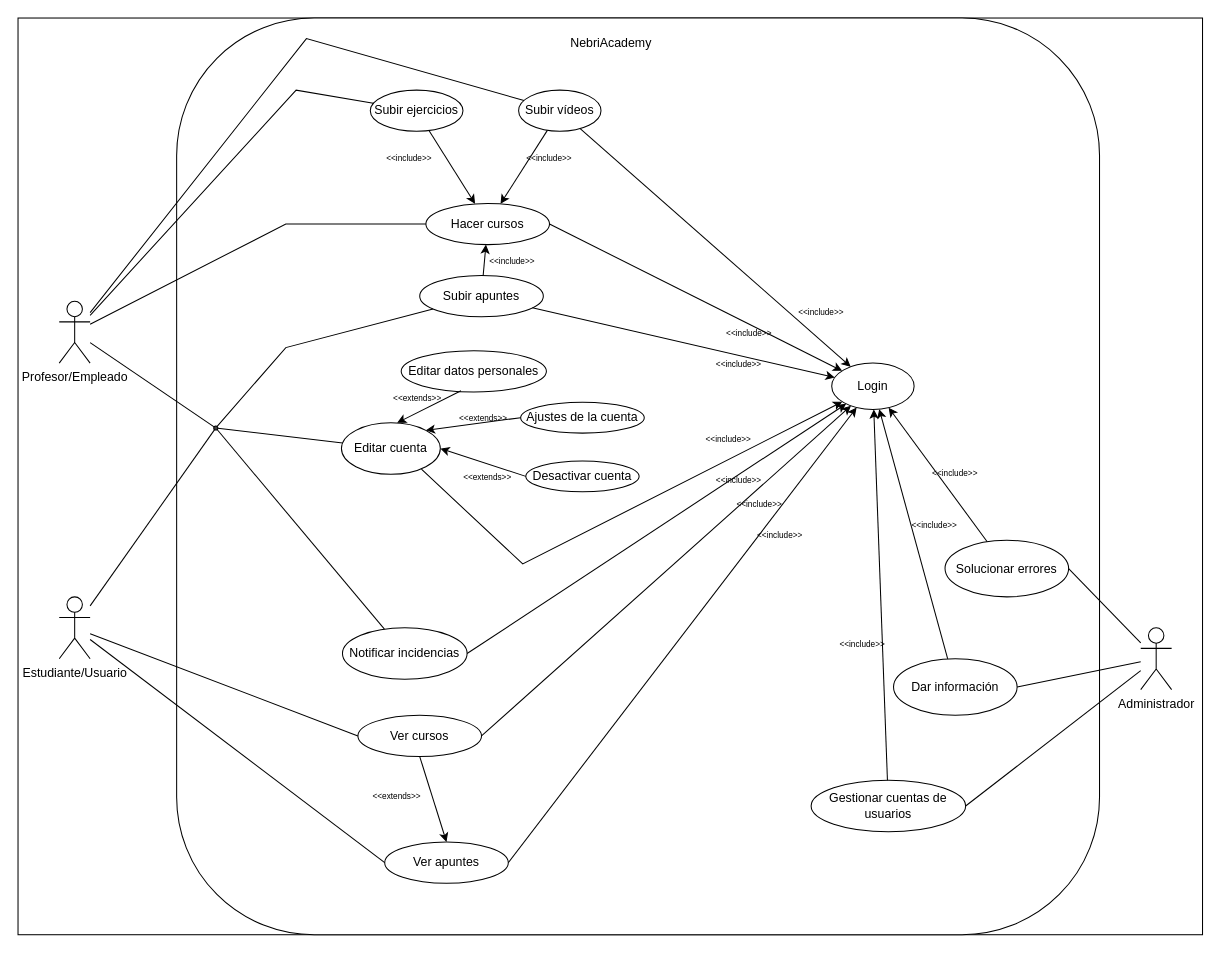
Before: Documents/Modulado_de_datos/DiagramaCasosDeUsosNebriAcademy.drawio in Nicolas-1400/NebriAcademy2, a draw.io diagram. Source tidied: cells renumbered, new cells numbered last; positions are measured from the earlier drawing's top-left corner, leaving out a move shared by most shapes. Both pictures are drawn from the tidied source at 103%, with x=0, y=0 at pixel (18, 18).
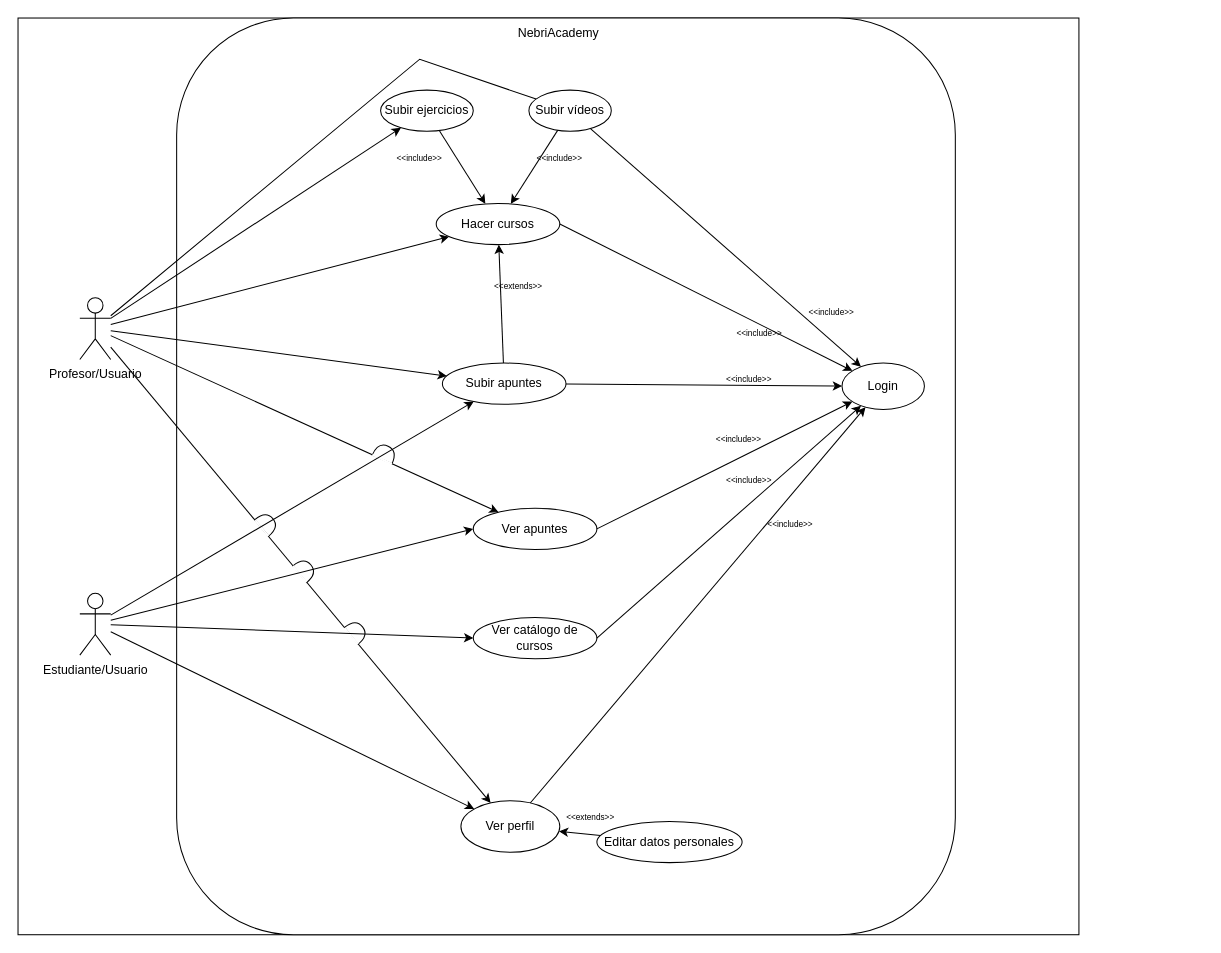
Above is the later version.

What changed in the source:
```diff
@@
     <mxCell id="2" style="rounded=0;whiteSpace=wrap;html=1;" parent="1" vertex="1">
-      <mxGeometry width="1150" height="890" as="geometry" />
+      <mxGeometry width="1030" height="890" as="geometry" />
     </mxCell>
     <mxCell id="3" style="rounded=1;whiteSpace=wrap;html=1;" parent="1" vertex="1">
-      <mxGeometry x="154" width="896" height="890" as="geometry" />
+      <mxGeometry x="154" width="756" height="890" as="geometry" />
     </mxCell>
     <mxCell id="4" value="Estudiante/Usuario" style="shape=umlActor;verticalLabelPosition=bottom;verticalAlign=top;html=1;outlineConnect=0;" parent="1" vertex="1">
-      <mxGeometry x="40" y="562" width="30" height="60" as="geometry" />
+      <mxGeometry x="60" y="558.5" width="30" height="60" as="geometry" />
     </mxCell>
-    <mxCell id="5" value="Profesor/Empleado" style="shape=umlActor;verticalLabelPosition=bottom;verticalAlign=top;html=1;outlineConnect=0;" parent="1" vertex="1">
-      <mxGeometry x="40" y="275" width="30" height="60" as="geometry" />
+    <mxCell id="5" value="Profesor/Usuario" style="shape=umlActor;verticalLabelPosition=bottom;verticalAlign=top;html=1;outlineConnect=0;" parent="1" vertex="1">
+      <mxGeometry x="60" y="271.5" width="30" height="60" as="geometry" />
     </mxCell>
-    <mxCell id="6" value="Administrador" style="shape=umlActor;verticalLabelPosition=bottom;verticalAlign=top;html=1;outlineConnect=0;" parent="1" vertex="1">
-      <mxGeometry x="1090" y="592" width="30" height="60" as="geometry" />
-    </mxCell>
-    <mxCell id="7" value="Ver cursos" style="ellipse;whiteSpace=wrap;html=1;" parent="1" vertex="1">
-      <mxGeometry x="330" y="677" width="120" height="40" as="geometry" />
+    <mxCell id="7" value="Ver catálogo de cursos" style="ellipse;whiteSpace=wrap;html=1;" parent="1" vertex="1">
+      <mxGeometry x="442" y="582" width="120" height="40" as="geometry" />
     </mxCell>
     <mxCell id="8" value="Subir apuntes" style="ellipse;whiteSpace=wrap;html=1;" parent="1" vertex="1">
-      <mxGeometry x="390" y="250" width="120" height="40" as="geometry" />
+      <mxGeometry x="412" y="335" width="120" height="40" as="geometry" />
     </mxCell>
     <mxCell id="9" value="Ver apuntes" style="ellipse;whiteSpace=wrap;html=1;" parent="1" vertex="1">
-      <mxGeometry x="356" y="800" width="120" height="40" as="geometry" />
+      <mxGeometry x="442" y="476" width="120" height="40" as="geometry" />
     </mxCell>
     <mxCell id="10" value="Hacer cursos" style="ellipse;whiteSpace=wrap;html=1;" parent="1" vertex="1">
-      <mxGeometry x="396" y="180" width="120" height="40" as="geometry" />
+      <mxGeometry x="406" y="180" width="120" height="40" as="geometry" />
     </mxCell>
     <mxCell id="11" value="NebriAcademy" style="text;html=1;whiteSpace=wrap;strokeColor=none;fillColor=none;align=center;verticalAlign=middle;rounded=0;" parent="1" vertex="1">
-      <mxGeometry x="546" y="10" width="60" height="30" as="geometry" />
+      <mxGeometry x="495" width="60" height="30" as="geometry" />
     </mxCell>
-    <mxCell id="12" style="endArrow=none;html=1;rounded=0;entryX=0;entryY=0.5;entryDx=0;entryDy=0;endFill=0;" parent="1" edge="1" source="4" target="7">
-      <mxGeometry relative="1" as="geometry" />
-    </mxCell>
-    <mxCell id="13" style="endArrow=none;html=1;rounded=0;entryX=0;entryY=0.5;entryDx=0;entryDy=0;endFill=0;" parent="1" edge="1" source="4" target="9">
-      <mxGeometry relative="1" as="geometry" />
-    </mxCell>
     <mxCell id="14" value="Subir ejercicios" style="ellipse;whiteSpace=wrap;html=1;" parent="1" vertex="1">
-      <mxGeometry x="342" y="70" width="90" height="40" as="geometry" />
+      <mxGeometry x="352" y="70" width="90" height="40" as="geometry" />
     </mxCell>
     <mxCell id="15" value="Subir vídeos" style="ellipse;whiteSpace=wrap;html=1;" parent="1" vertex="1">
-      <mxGeometry x="486" y="70" width="80" height="40" as="geometry" />
+      <mxGeometry x="496" y="70" width="80" height="40" as="geometry" />
     </mxCell>
@@
-    <mxCell id="17" value="&lt;font style=&quot;font-size: 8px;&quot;&gt;&amp;lt;&amp;lt;include&amp;gt;&amp;gt;&lt;/font&gt;" style="text;html=1;whiteSpace=wrap;strokeColor=none;fillColor=none;align=center;verticalAlign=middle;rounded=0;" parent="1" vertex="1">
-      <mxGeometry x="450" y="220" width="60" height="30" as="geometry" />
+    <mxCell id="17" value="&lt;font style=&quot;font-size: 8px;&quot;&gt;&amp;lt;&amp;lt;extends&amp;gt;&amp;gt;&lt;/font&gt;" style="text;html=1;whiteSpace=wrap;strokeColor=none;fillColor=none;align=center;verticalAlign=middle;rounded=0;" parent="1" vertex="1">
+      <mxGeometry x="456" y="245" width="60" height="30" as="geometry" />
     </mxCell>
@@
     <mxCell id="19" value="&lt;font style=&quot;font-size: 8px;&quot;&gt;&amp;lt;&amp;lt;include&amp;gt;&amp;gt;&lt;/font&gt;" style="text;html=1;whiteSpace=wrap;strokeColor=none;fillColor=none;align=center;verticalAlign=middle;rounded=0;" parent="1" vertex="1">
-      <mxGeometry x="350" y="120" width="60" height="30" as="geometry" />
+      <mxGeometry x="360" y="120" width="60" height="30" as="geometry" />
     </mxCell>
@@
     <mxCell id="21" value="&lt;font style=&quot;font-size: 8px;&quot;&gt;&amp;lt;&amp;lt;include&amp;gt;&amp;gt;&lt;/font&gt;" style="text;html=1;whiteSpace=wrap;strokeColor=none;fillColor=none;align=center;verticalAlign=middle;rounded=0;" parent="1" vertex="1">
-      <mxGeometry x="486" y="120" width="60" height="30" as="geometry" />
+      <mxGeometry x="496" y="120" width="60" height="30" as="geometry" />
     </mxCell>
     <mxCell id="22" value="Login" style="ellipse;whiteSpace=wrap;html=1;" parent="1" vertex="1">
-      <mxGeometry x="790" y="335" width="80" height="45" as="geometry" />
+      <mxGeometry x="800" y="335" width="80" height="45" as="geometry" />
     </mxCell>
-    <mxCell id="23" style="endArrow=none;html=1;rounded=0;entryX=0;entryY=0.5;entryDx=0;entryDy=0;endFill=0;" parent="1" edge="1" source="5" target="10">
-      <mxGeometry relative="1" as="geometry">
-        <Array as="points">
-          <mxPoint x="260" y="200" />
-        </Array>
-      </mxGeometry>
-    </mxCell>
@@
-    <mxCell id="29" style="endArrow=classic;html=1;rounded=0;exitX=0.5;exitY=1;exitDx=0;exitDy=0;entryX=0.5;entryY=0;entryDx=0;entryDy=0;" parent="1" edge="1" source="7" target="9">
-      <mxGeometry relative="1" as="geometry" />
-    </mxCell>
-    <mxCell id="30" value="&lt;font style=&quot;font-size: 8px;&quot;&gt;&amp;lt;&amp;lt;extends&amp;gt;&amp;gt;&lt;/font&gt;" style="text;html=1;whiteSpace=wrap;strokeColor=none;fillColor=none;align=center;verticalAlign=middle;rounded=0;" parent="1" vertex="1">
-      <mxGeometry x="338" y="740" width="60" height="30" as="geometry" />
-    </mxCell>
-    <mxCell id="31" value="Notificar incidencias" style="ellipse;whiteSpace=wrap;html=1;" parent="1" vertex="1">
-      <mxGeometry x="315" y="592" width="121" height="50" as="geometry" />
-    </mxCell>
-    <mxCell id="32" value="Solucionar errores" style="ellipse;whiteSpace=wrap;html=1;" parent="1" vertex="1">
-      <mxGeometry x="900" y="507" width="120" height="55" as="geometry" />
-    </mxCell>
-    <mxCell id="33" value="Dar información" style="ellipse;whiteSpace=wrap;html=1;" parent="1" vertex="1">
-      <mxGeometry x="850" y="622" width="120" height="55" as="geometry" />
-    </mxCell>
-    <mxCell id="34" style="endArrow=none;html=1;rounded=0;exitX=1;exitY=0.5;exitDx=0;exitDy=0;" parent="1" edge="1" source="32" target="6">
-      <mxGeometry relative="1" as="geometry" />
-    </mxCell>
-    <mxCell id="35" style="endArrow=none;html=1;rounded=0;exitX=1;exitY=0.5;exitDx=0;exitDy=0;" parent="1" edge="1" source="33" target="6">
-      <mxGeometry relative="1" as="geometry" />
-    </mxCell>
-    <mxCell id="36" value="Gestionar cuentas de usuarios" style="ellipse;whiteSpace=wrap;html=1;" parent="1" vertex="1">
-      <mxGeometry x="770" y="740" width="150" height="50" as="geometry" />
-    </mxCell>
-    <mxCell id="37" style="endArrow=none;html=1;rounded=0;exitX=1;exitY=0.5;exitDx=0;exitDy=0;" parent="1" edge="1" source="36" target="6">
-      <mxGeometry relative="1" as="geometry" />
-    </mxCell>
-    <mxCell id="38" value="Editar cuenta" style="ellipse;whiteSpace=wrap;html=1;" parent="1" vertex="1">
-      <mxGeometry x="314" y="393" width="96" height="50" as="geometry" />
+    <mxCell id="38" value="Ver perfil" style="ellipse;whiteSpace=wrap;html=1;" parent="1" vertex="1">
+      <mxGeometry x="430" y="760" width="96" height="50" as="geometry" />
     </mxCell>
     <mxCell id="39" value="Editar datos personales" style="ellipse;whiteSpace=wrap;html=1;" parent="1" vertex="1">
-      <mxGeometry x="372" y="323" width="141" height="40" as="geometry" />
+      <mxGeometry x="562" y="780" width="141" height="40" as="geometry" />
     </mxCell>
-    <mxCell id="40" value="Ajustes de la cuenta" style="ellipse;whiteSpace=wrap;html=1;" parent="1" vertex="1">
-      <mxGeometry x="488" y="373" width="120" height="30" as="geometry" />
-    </mxCell>
-    <mxCell id="41" value="Desactivar cuenta" style="ellipse;whiteSpace=wrap;html=1;" parent="1" vertex="1">
-      <mxGeometry x="493" y="430" width="110" height="30" as="geometry" />
-    </mxCell>
-    <mxCell id="42" value="&lt;font style=&quot;font-size: 8px;&quot;&gt;&amp;lt;&amp;lt;extends&amp;gt;&amp;gt;&lt;/font&gt;" style="text;html=1;whiteSpace=wrap;strokeColor=none;fillColor=none;align=center;verticalAlign=middle;rounded=0;" parent="1" vertex="1">
-      <mxGeometry x="426" y="430" width="60" height="30" as="geometry" />
-    </mxCell>
-    <mxCell id="43" style="endArrow=classic;html=1;rounded=0;entryX=1;entryY=0.5;entryDx=0;entryDy=0;exitX=0;exitY=0.5;exitDx=0;exitDy=0;" parent="1" edge="1" source="41" target="38">
-      <mxGeometry relative="1" as="geometry" />
-    </mxCell>
-    <mxCell id="44" style="endArrow=classic;html=1;rounded=0;entryX=1;entryY=0;entryDx=0;entryDy=0;exitX=0;exitY=0.5;exitDx=0;exitDy=0;" parent="1" edge="1" source="40" target="38">
-      <mxGeometry relative="1" as="geometry" />
-    </mxCell>
-    <mxCell id="45" style="endArrow=classic;html=1;rounded=0;entryX=0.563;entryY=0;entryDx=0;entryDy=0;entryPerimeter=0;exitX=0.412;exitY=0.972;exitDx=0;exitDy=0;exitPerimeter=0;" parent="1" edge="1" source="39" target="38">
+    <mxCell id="45" style="endArrow=classic;html=1;rounded=0;" parent="1" edge="1" source="39" target="38">
       <mxGeometry relative="1" as="geometry" />
     </mxCell>
-    <mxCell id="46" value="&lt;font style=&quot;font-size: 8px;&quot;&gt;&amp;lt;&amp;lt;extends&amp;gt;&amp;gt;&lt;/font&gt;" style="text;html=1;whiteSpace=wrap;strokeColor=none;fillColor=none;align=center;verticalAlign=middle;rounded=0;" parent="1" vertex="1">
-      <mxGeometry x="422" y="373" width="60" height="30" as="geometry" />
-    </mxCell>
     <mxCell id="47" value="&lt;font style=&quot;font-size: 8px;&quot;&gt;&amp;lt;&amp;lt;extends&amp;gt;&amp;gt;&lt;/font&gt;" style="text;html=1;whiteSpace=wrap;strokeColor=none;fillColor=none;align=center;verticalAlign=middle;rounded=0;" parent="1" vertex="1">
-      <mxGeometry x="357.5" y="353" width="60" height="30" as="geometry" />
+      <mxGeometry x="526" y="760" width="60" height="30" as="geometry" />
     </mxCell>
-    <mxCell id="48" style="endArrow=classic;html=1;rounded=0;exitX=0.809;exitY=0.901;exitDx=0;exitDy=0;exitPerimeter=0;" parent="1" edge="1" source="38" target="22">
-      <mxGeometry relative="1" as="geometry">
-        <Array as="points">
-          <mxPoint x="490" y="530" />
-        </Array>
-      </mxGeometry>
-    </mxCell>
-    <mxCell id="49" style="endArrow=classic;html=1;rounded=0;exitX=1;exitY=0.5;exitDx=0;exitDy=0;" parent="1" edge="1" source="31" target="22">
-      <mxGeometry relative="1" as="geometry" />
-    </mxCell>
-    <mxCell id="50" style="endArrow=classic;html=1;rounded=0;" parent="1" edge="1" source="32" target="22">
-      <mxGeometry relative="1" as="geometry" />
-    </mxCell>
-    <mxCell id="51" style="endArrow=classic;html=1;rounded=0;" parent="1" edge="1" source="33" target="22">
-      <mxGeometry relative="1" as="geometry" />
-    </mxCell>
-    <mxCell id="52" style="endArrow=classic;html=1;rounded=0;" parent="1" edge="1" source="36" target="22">
-      <mxGeometry relative="1" as="geometry" />
-    </mxCell>
-    <mxCell id="53" value="&lt;font style=&quot;font-size: 8px;&quot;&gt;&amp;lt;&amp;lt;include&amp;gt;&amp;gt;&lt;/font&gt;" style="text;html=1;whiteSpace=wrap;strokeColor=none;fillColor=none;align=center;verticalAlign=middle;rounded=0;" parent="1" vertex="1">
-      <mxGeometry x="880" y="426" width="60" height="30" as="geometry" />
-    </mxCell>
-    <mxCell id="54" value="&lt;font style=&quot;font-size: 8px;&quot;&gt;&amp;lt;&amp;lt;include&amp;gt;&amp;gt;&lt;/font&gt;" style="text;html=1;whiteSpace=wrap;strokeColor=none;fillColor=none;align=center;verticalAlign=middle;rounded=0;" parent="1" vertex="1">
-      <mxGeometry x="790" y="592" width="60" height="30" as="geometry" />
-    </mxCell>
-    <mxCell id="55" value="&lt;font style=&quot;font-size: 8px;&quot;&gt;&amp;lt;&amp;lt;include&amp;gt;&amp;gt;&lt;/font&gt;" style="text;html=1;whiteSpace=wrap;strokeColor=none;fillColor=none;align=center;verticalAlign=middle;rounded=0;" parent="1" vertex="1">
-      <mxGeometry x="860" y="477" width="60" height="30" as="geometry" />
-    </mxCell>
     <mxCell id="56" style="endArrow=none;html=1;rounded=0;endFill=0;" parent="1" edge="1" source="5" target="15">
       <mxGeometry relative="1" as="geometry">
         <Array as="points">
-          <mxPoint x="280" y="20" />
+          <mxPoint x="390" y="40" />
         </Array>
       </mxGeometry>
     </mxCell>
-    <mxCell id="57" style="endArrow=none;html=1;rounded=0;endFill=0;" parent="1" edge="1" source="5" target="14">
-      <mxGeometry relative="1" as="geometry">
-        <Array as="points">
-          <mxPoint x="270" y="70" />
-        </Array>
-      </mxGeometry>
-    </mxCell>
-    <mxCell id="58" style="endArrow=none;html=1;rounded=0;" parent="1" edge="1" source="4" target="64">
-      <mxGeometry relative="1" as="geometry" />
-    </mxCell>
-    <mxCell id="59" style="endArrow=none;html=1;rounded=0;" parent="1" edge="1" source="5" target="64">
+    <mxCell id="59" style="endArrow=classic;html=1;rounded=0;endFill=1;curved=0;" parent="1" edge="1" source="5" target="9">
       <mxGeometry relative="1" as="geometry" />
     </mxCell>
-    <mxCell id="60" style="endArrow=none;html=1;rounded=0;" parent="1" edge="1" source="64" target="38">
-      <mxGeometry relative="1" as="geometry" />
-    </mxCell>
-    <mxCell id="61" style="endArrow=none;html=1;rounded=0;" parent="1" edge="1" source="64" target="31">
-      <mxGeometry relative="1" as="geometry" />
-    </mxCell>
-    <mxCell id="62" style="endArrow=none;html=1;rounded=0;" parent="1" edge="1" source="64" target="8">
-      <mxGeometry relative="1" as="geometry">
-        <Array as="points">
-          <mxPoint x="260" y="320" />
-        </Array>
-      </mxGeometry>
-    </mxCell>
-    <mxCell id="63" style="endArrow=none;html=1;rounded=0;" parent="1" edge="1">
-      <mxGeometry relative="1" as="geometry">
-        <mxPoint x="200" y="410" as="sourcePoint" />
-        <mxPoint x="200" y="410" as="targetPoint" />
-      </mxGeometry>
-    </mxCell>
-    <mxCell id="64" style="ellipse;whiteSpace=wrap;html=1;fillColor=#424242;" parent="1" vertex="1">
-      <mxGeometry x="190" y="396" width="4" height="4" as="geometry" />
-    </mxCell>
     <mxCell id="65" value="&lt;font style=&quot;font-size: 8px;&quot;&gt;&amp;lt;&amp;lt;include&amp;gt;&amp;gt;&lt;/font&gt;" style="text;html=1;whiteSpace=wrap;strokeColor=none;fillColor=none;align=center;verticalAlign=middle;rounded=0;" parent="1" vertex="1">
-      <mxGeometry x="710" y="486" width="60" height="30" as="geometry" />
+      <mxGeometry x="720" y="476" width="60" height="30" as="geometry" />
     </mxCell>
-    <mxCell id="66" value="&lt;font style=&quot;font-size: 8px;&quot;&gt;&amp;lt;&amp;lt;include&amp;gt;&amp;gt;&lt;/font&gt;" style="text;html=1;whiteSpace=wrap;strokeColor=none;fillColor=none;align=center;verticalAlign=middle;rounded=0;" parent="1" vertex="1">
-      <mxGeometry x="690" y="456" width="60" height="30" as="geometry" />
-    </mxCell>
     <mxCell id="67" value="&lt;font style=&quot;font-size: 8px;&quot;&gt;&amp;lt;&amp;lt;include&amp;gt;&amp;gt;&lt;/font&gt;" style="text;html=1;whiteSpace=wrap;strokeColor=none;fillColor=none;align=center;verticalAlign=middle;rounded=0;" parent="1" vertex="1">
-      <mxGeometry x="670" y="433" width="60" height="30" as="geometry" />
+      <mxGeometry x="680" y="433" width="60" height="30" as="geometry" />
     </mxCell>
     <mxCell id="68" value="&lt;font style=&quot;font-size: 8px;&quot;&gt;&amp;lt;&amp;lt;include&amp;gt;&amp;gt;&lt;/font&gt;" style="text;html=1;whiteSpace=wrap;strokeColor=none;fillColor=none;align=center;verticalAlign=middle;rounded=0;" parent="1" vertex="1">
-      <mxGeometry x="660" y="393" width="60" height="30" as="geometry" />
+      <mxGeometry x="670" y="393" width="60" height="30" as="geometry" />
     </mxCell>
     <mxCell id="69" value="&lt;font style=&quot;font-size: 8px;&quot;&gt;&amp;lt;&amp;lt;include&amp;gt;&amp;gt;&lt;/font&gt;" style="text;html=1;whiteSpace=wrap;strokeColor=none;fillColor=none;align=center;verticalAlign=middle;rounded=0;" parent="1" vertex="1">
-      <mxGeometry x="670" y="320" width="60" height="30" as="geometry" />
+      <mxGeometry x="680" y="335" width="60" height="30" as="geometry" />
     </mxCell>
     <mxCell id="70" value="&lt;font style=&quot;font-size: 8px;&quot;&gt;&amp;lt;&amp;lt;include&amp;gt;&amp;gt;&lt;/font&gt;" style="text;html=1;whiteSpace=wrap;strokeColor=none;fillColor=none;align=center;verticalAlign=middle;rounded=0;" parent="1" vertex="1">
-      <mxGeometry x="680" y="290" width="60" height="30" as="geometry" />
+      <mxGeometry x="690" y="290" width="60" height="30" as="geometry" />
     </mxCell>
     <mxCell id="71" value="&lt;font style=&quot;font-size: 8px;&quot;&gt;&amp;lt;&amp;lt;include&amp;gt;&amp;gt;&lt;/font&gt;" style="text;html=1;whiteSpace=wrap;strokeColor=none;fillColor=none;align=center;verticalAlign=middle;rounded=0;" parent="1" vertex="1">
-      <mxGeometry x="750" y="270" width="60" height="30" as="geometry" />
+      <mxGeometry x="760" y="270" width="60" height="30" as="geometry" />
     </mxCell>
+    <mxCell id="23" style="endArrow=classic;html=1;rounded=0;" parent="1" edge="1" source="5" target="10">
+      <mxGeometry relative="1" as="geometry" />
+    </mxCell>
+    <mxCell id="72" style="endArrow=classic;html=1;rounded=0;" parent="1" edge="1" source="5" target="38">
+      <mxGeometry relative="1" as="geometry" />
+    </mxCell>
+    <mxCell id="73" style="endArrow=classic;html=1;rounded=0;" parent="1" edge="1" source="4" target="38">
+      <mxGeometry relative="1" as="geometry" />
+    </mxCell>
+    <mxCell id="74" style="endArrow=classic;html=1;rounded=0;" parent="1" edge="1" source="5" target="8">
+      <mxGeometry relative="1" as="geometry" />
+    </mxCell>
+    <mxCell id="48" style="endArrow=classic;html=1;rounded=0;" parent="1" edge="1" source="38" target="22">
+      <mxGeometry relative="1" as="geometry" />
+    </mxCell>
+    <mxCell id="57" style="endArrow=classic;html=1;rounded=0;" parent="1" edge="1" source="5" target="14">
+      <mxGeometry relative="1" as="geometry" />
+    </mxCell>
+    <mxCell id="75" style="shape=or;whiteSpace=wrap;html=1;rotation=-65.7;gradientColor=none;" parent="1" vertex="1">
+      <mxGeometry x="349.4" y="411.6" width="14" height="21" as="geometry" />
+    </mxCell>
+    <mxCell id="76" style="endArrow=none;html=1;rounded=0;strokeColor=#FFFFFF;strokeWidth=2;" parent="1" edge="1">
+      <mxGeometry relative="1" as="geometry">
+        <mxPoint x="344" y="424" as="sourcePoint" />
+        <mxPoint x="363" y="433" as="targetPoint" />
+      </mxGeometry>
+    </mxCell>
+    <mxCell id="77" style="shape=or;whiteSpace=wrap;html=1;rotation=-39.8;gradientColor=none;" parent="1" vertex="1">
+      <mxGeometry x="235" y="480" width="14" height="21" as="geometry" />
+    </mxCell>
+    <mxCell id="78" style="shape=or;whiteSpace=wrap;html=1;rotation=-39.3;gradientColor=none;" parent="1" vertex="1">
+      <mxGeometry x="272" y="525" width="14" height="21" as="geometry" />
+    </mxCell>
+    <mxCell id="79" style="shape=or;whiteSpace=wrap;html=1;rotation=-38.6;gradientColor=none;" parent="1" vertex="1">
+      <mxGeometry x="322" y="585" width="14" height="21" as="geometry" />
+    </mxCell>
+    <mxCell id="80" style="endArrow=none;html=1;rounded=0;strokeColor=#FFFFFF;strokeWidth=2;exitX=-0.007;exitY=0.029;exitDx=0;exitDy=0;exitPerimeter=0;" parent="1" edge="1" source="77">
+      <mxGeometry relative="1" as="geometry">
+        <mxPoint x="243" y="503" as="targetPoint" />
+      </mxGeometry>
+    </mxCell>
+    <mxCell id="81" style="endArrow=classic;html=1;rounded=0;" parent="1" edge="1" source="4" target="8">
+      <mxGeometry relative="1" as="geometry" />
+    </mxCell>
+    <mxCell id="82" style="endArrow=none;html=1;rounded=0;strokeColor=#FFFFFF;strokeWidth=2;" parent="1" edge="1">
+      <mxGeometry relative="1" as="geometry">
+        <mxPoint x="267" y="532" as="sourcePoint" />
+        <mxPoint x="280" y="548" as="targetPoint" />
+      </mxGeometry>
+    </mxCell>
+    <mxCell id="13" style="endArrow=classic;html=1;rounded=0;entryX=0;entryY=0.5;entryDx=0;entryDy=0;endFill=1;" parent="1" edge="1" source="4" target="9">
+      <mxGeometry relative="1" as="geometry" />
+    </mxCell>
+    <mxCell id="83" style="endArrow=none;html=1;rounded=0;strokeColor=#FFFFFF;strokeWidth=2;" parent="1" edge="1">
+      <mxGeometry relative="1" as="geometry">
+        <mxPoint x="317" y="592" as="sourcePoint" />
+        <mxPoint x="330" y="608" as="targetPoint" />
+      </mxGeometry>
+    </mxCell>
+    <mxCell id="12" style="endArrow=classic;html=1;rounded=0;entryX=0;entryY=0.5;entryDx=0;entryDy=0;endFill=1;" parent="1" edge="1" source="4" target="7">
+      <mxGeometry relative="1" as="geometry" />
+    </mxCell>
```
